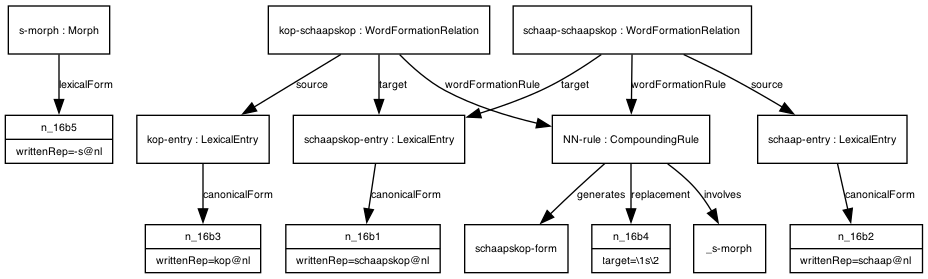
ontolex/morph keeps this Graphviz diagram as examples/example_22.png. Above is the earlier version. Its source is kept beside it as examples/example_22.dot. Source of this version:
```dot
digraph G {
  fontname = "Bitstream Vera Sans"
    fontsize = 8

    node [
      fontname = "Bitstream Vera Sans"
      fontsize = 8
      shape = "record"
    ]

    edge [
      fontname = "Bitstream Vera Sans"
      fontsize = 8
    ]

n_16b5 [ label="{n_16b5|writtenRep=-s@nl}" ]
smorph -> n_16b5 [ label="lexicalForm" ]
smorph [ label="{s-morph : Morph}" ]
n_16b3 [ label="{n_16b3|writtenRep=kop@nl}" ]
kopentry -> n_16b3 [ label="canonicalForm" ]
kopentry [ label="{kop-entry : LexicalEntry}" ]
kopschaapskop -> kopentry [ label="source" ]
n_16b1 [ label="{n_16b1|writtenRep=schaapskop@nl}" ]
schaapskopentry -> n_16b1 [ label="canonicalForm" ]
schaapskopentry [ label="{schaapskop-entry : LexicalEntry}" ]
kopschaapskop -> schaapskopentry [ label="target" ]
n_16b4 [ label="{n_16b4|target=\\1s\\2}" ]
NNrule -> n_16b4 [ label="replacement" ]
_smorph [ label="{_s-morph}" ]
NNrule -> _smorph [ label="involves" ]
schaapskopform [ label="{schaapskop-form}" ]
NNrule -> schaapskopform [ label="generates" ]
NNrule [ label="{NN-rule : CompoundingRule}" ]
kopschaapskop -> NNrule [ label="wordFormationRule" ]
kopschaapskop [ label="{kop-schaapskop : WordFormationRelation}" ]
n_16b2 [ label="{n_16b2|writtenRep=schaap@nl}" ]
schaapentry -> n_16b2 [ label="canonicalForm" ]
schaapentry [ label="{schaap-entry : LexicalEntry}" ]
schaapschaapskop -> schaapentry [ label="source" ]
schaapschaapskop -> schaapskopentry [ label="target" ]
schaapschaapskop -> NNrule [ label="wordFormationRule" ]
schaapschaapskop [ label="{schaap-schaapskop : WordFormationRelation}" ]
}
```
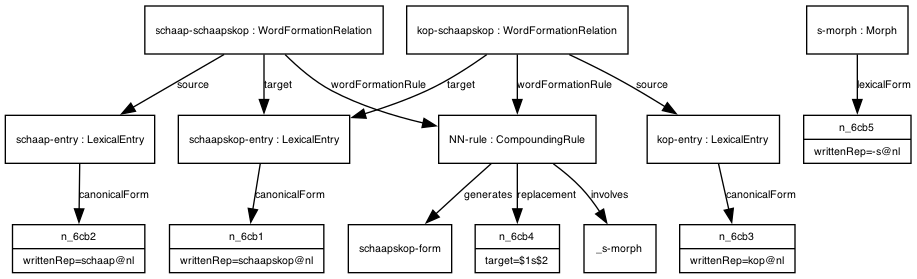
Above is the later version.

Commit message:
Updated diagrams for examples 9 and 22, according to #45

Change to the diagram source:
```diff
@@ -13,31 +13,31 @@
       fontsize = 8
     ]
 
-n_16b5 [ label="{n_16b5|writtenRep=-s@nl}" ]
-smorph -> n_16b5 [ label="lexicalForm" ]
-smorph [ label="{s-morph : Morph}" ]
-n_16b3 [ label="{n_16b3|writtenRep=kop@nl}" ]
-kopentry -> n_16b3 [ label="canonicalForm" ]
-kopentry [ label="{kop-entry : LexicalEntry}" ]
-kopschaapskop -> kopentry [ label="source" ]
-n_16b1 [ label="{n_16b1|writtenRep=schaapskop@nl}" ]
-schaapskopentry -> n_16b1 [ label="canonicalForm" ]
+n_6cb2 [ label="{n_6cb2|writtenRep=schaap@nl}" ]
+schaapentry -> n_6cb2 [ label="canonicalForm" ]
+schaapentry [ label="{schaap-entry : LexicalEntry}" ]
+schaapschaapskop -> schaapentry [ label="source" ]
+n_6cb1 [ label="{n_6cb1|writtenRep=schaapskop@nl}" ]
+schaapskopentry -> n_6cb1 [ label="canonicalForm" ]
 schaapskopentry [ label="{schaapskop-entry : LexicalEntry}" ]
-kopschaapskop -> schaapskopentry [ label="target" ]
-n_16b4 [ label="{n_16b4|target=\\1s\\2}" ]
-NNrule -> n_16b4 [ label="replacement" ]
+schaapschaapskop -> schaapskopentry [ label="target" ]
+n_6cb4 [ label="{n_6cb4|target=$1s$2}" ]
+NNrule -> n_6cb4 [ label="replacement" ]
 _smorph [ label="{_s-morph}" ]
 NNrule -> _smorph [ label="involves" ]
 schaapskopform [ label="{schaapskop-form}" ]
 NNrule -> schaapskopform [ label="generates" ]
 NNrule [ label="{NN-rule : CompoundingRule}" ]
+schaapschaapskop -> NNrule [ label="wordFormationRule" ]
+schaapschaapskop [ label="{schaap-schaapskop : WordFormationRelation}" ]
+n_6cb3 [ label="{n_6cb3|writtenRep=kop@nl}" ]
+kopentry -> n_6cb3 [ label="canonicalForm" ]
+kopentry [ label="{kop-entry : LexicalEntry}" ]
+kopschaapskop -> kopentry [ label="source" ]
+kopschaapskop -> schaapskopentry [ label="target" ]
 kopschaapskop -> NNrule [ label="wordFormationRule" ]
 kopschaapskop [ label="{kop-schaapskop : WordFormationRelation}" ]
-n_16b2 [ label="{n_16b2|writtenRep=schaap@nl}" ]
-schaapentry -> n_16b2 [ label="canonicalForm" ]
-schaapentry [ label="{schaap-entry : LexicalEntry}" ]
-schaapschaapskop -> schaapentry [ label="source" ]
-schaapschaapskop -> schaapskopentry [ label="target" ]
-schaapschaapskop -> NNrule [ label="wordFormationRule" ]
-schaapschaapskop [ label="{schaap-schaapskop : WordFormationRelation}" ]
+n_6cb5 [ label="{n_6cb5|writtenRep=-s@nl}" ]
+smorph -> n_6cb5 [ label="lexicalForm" ]
+smorph [ label="{s-morph : Morph}" ]
 }
```
